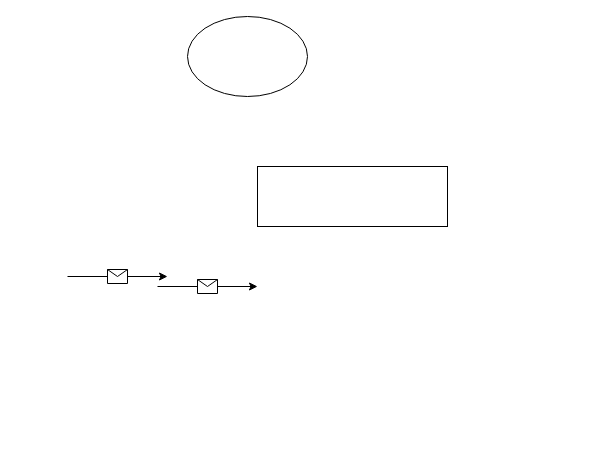
Before: 演示.drawio in GOBEV/draw.io, a draw.io diagram. Source tidied: cells renumbered, new cells numbered last; positions are measured from the earlier drawing's top-left corner, leaving out a move shared by most shapes. Both pictures are drawn from the tidied source at 100%, with x=0, y=0 at pixel (67, 16).
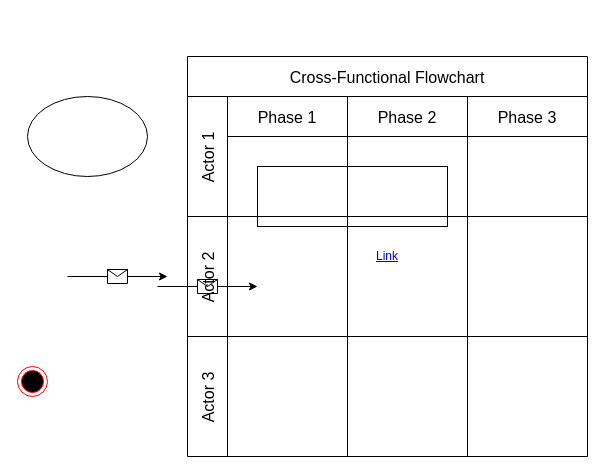
Above is the later version.

Change to the diagram source:
```diff
@@
     <mxCell id="3" style="ellipse;whiteSpace=wrap;html=1;" parent="1" vertex="1">
-      <mxGeometry x="120" width="120" height="80" as="geometry" />
+      <mxGeometry x="-40" y="80" width="120" height="80" as="geometry" />
     </mxCell>
@@
+    <mxCell id="8" value="Cross-Functional Flowchart" style="shape=table;childLayout=tableLayout;startSize=40;fontSize=16;" parent="1" vertex="1">
+      <mxGeometry x="120" y="40" width="400" height="400" as="geometry" />
+    </mxCell>
+    <mxCell id="9" value="Actor 1" style="shape=tableRow;horizontal=0;swimlaneHead=0;swimlaneBody=0;top=0;left=0;strokeColor=inherit;bottom=0;right=0;fontStyle=0;fillColor=none;startSize=40;fontSize=16;" parent="8" vertex="1">
+      <mxGeometry y="40" width="400" height="120" as="geometry" />
+    </mxCell>
+    <mxCell id="10" value="Phase 1" style="swimlane;swimlaneHead=0;swimlaneBody=0;fontStyle=0;strokeColor=inherit;fillColor=none;startSize=40;fontSize=16;" parent="9" vertex="1">
+      <mxGeometry x="40" width="120" height="120" as="geometry" />
+    </mxCell>
+    <mxCell id="11" value="Phase 2" style="swimlane;swimlaneHead=0;swimlaneBody=0;fontStyle=0;strokeColor=inherit;fillColor=none;startSize=40;fontSize=16;" parent="9" vertex="1">
+      <mxGeometry x="160" width="120" height="120" as="geometry" />
+    </mxCell>
+    <mxCell id="12" value="Phase 3" style="swimlane;swimlaneHead=0;swimlaneBody=0;fontStyle=0;strokeColor=inherit;fillColor=none;startSize=40;fontSize=16;" parent="9" vertex="1">
+      <mxGeometry x="280" width="120" height="120" as="geometry" />
+    </mxCell>
+    <mxCell id="13" value="Actor 2" style="shape=tableRow;horizontal=0;swimlaneHead=0;swimlaneBody=0;top=0;left=0;strokeColor=inherit;bottom=0;right=0;fontStyle=0;fillColor=none;startSize=40;fontSize=16;" parent="8" vertex="1">
+      <mxGeometry y="160" width="400" height="120" as="geometry" />
+    </mxCell>
+    <mxCell id="14" style="swimlane;swimlaneHead=0;swimlaneBody=0;fontStyle=0;strokeColor=inherit;fillColor=none;startSize=0;fontSize=16;" parent="13" vertex="1">
+      <mxGeometry x="40" width="120" height="120" as="geometry" />
+    </mxCell>
+    <mxCell id="15" style="swimlane;swimlaneHead=0;swimlaneBody=0;fontStyle=0;strokeColor=inherit;fillColor=none;startSize=0;fontSize=16;" parent="13" vertex="1">
+      <mxGeometry x="160" width="120" height="120" as="geometry" />
+    </mxCell>
+    <mxCell id="16" style="swimlane;swimlaneHead=0;swimlaneBody=0;fontStyle=0;strokeColor=inherit;fillColor=none;startSize=0;fontSize=16;" parent="13" vertex="1">
+      <mxGeometry x="280" width="120" height="120" as="geometry" />
+    </mxCell>
+    <mxCell id="17" value="Actor 3" style="shape=tableRow;horizontal=0;swimlaneHead=0;swimlaneBody=0;top=0;left=0;strokeColor=inherit;bottom=0;right=0;fontStyle=0;fillColor=none;startSize=40;fontSize=16;" parent="8" vertex="1">
+      <mxGeometry y="280" width="400" height="120" as="geometry" />
+    </mxCell>
+    <mxCell id="18" style="swimlane;swimlaneHead=0;swimlaneBody=0;fontStyle=0;strokeColor=inherit;fillColor=none;startSize=0;fontSize=16;" parent="17" vertex="1">
+      <mxGeometry x="40" width="120" height="120" as="geometry" />
+    </mxCell>
+    <mxCell id="19" style="swimlane;swimlaneHead=0;swimlaneBody=0;fontStyle=0;strokeColor=inherit;fillColor=none;startSize=0;fontSize=16;" parent="17" vertex="1">
+      <mxGeometry x="160" width="120" height="120" as="geometry" />
+    </mxCell>
+    <mxCell id="20" style="swimlane;swimlaneHead=0;swimlaneBody=0;fontStyle=0;strokeColor=inherit;fillColor=none;startSize=0;fontSize=16;" parent="17" vertex="1">
+      <mxGeometry x="280" width="120" height="120" as="geometry" />
+    </mxCell>
+    <mxCell id="21" value="Link" style="text;html=1;strokeColor=none;fillColor=none;whiteSpace=wrap;align=center;verticalAlign=middle;fontColor=#0000EE;fontStyle=4;" parent="1" vertex="1">
+      <mxGeometry x="290" y="220" width="60" height="40" as="geometry" />
+    </mxCell>
+    <mxCell id="22" style="ellipse;html=1;shape=endState;fillColor=#000000;strokeColor=#ff0000;" parent="1" vertex="1">
+      <mxGeometry x="-50" y="350" width="30" height="30" as="geometry" />
+    </mxCell>
```
